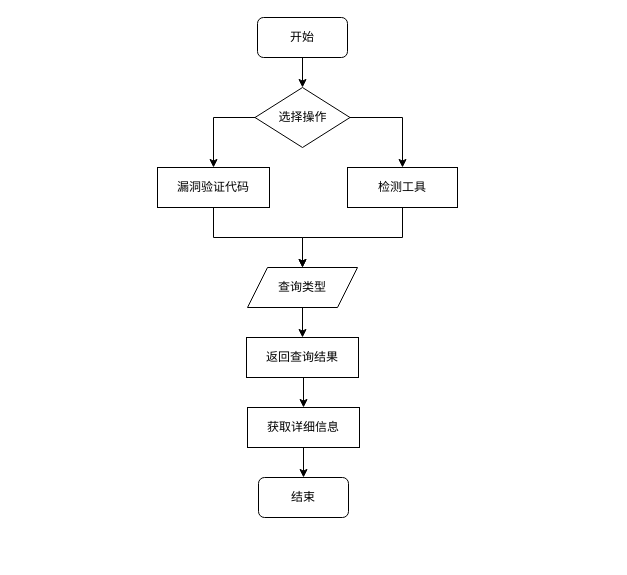
Above: 检测资源管理.drawio in Niujieheng/GitHub_Jul (draw.io), before the change. Source tidied: cells renumbered, new cells numbered last; positions are measured from the earlier drawing's top-left corner, leaving out a move shared by most shapes. Both pictures are drawn from the tidied source at 100%, with x=0, y=0 at pixel (157, 17).
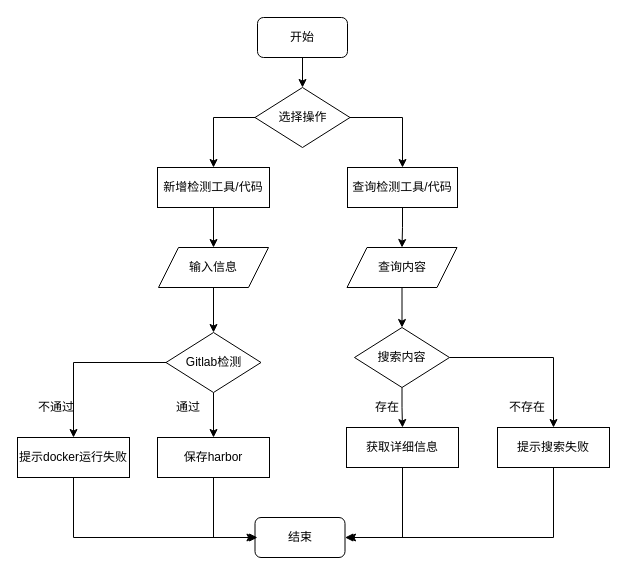
The same diagram, later.

Commit message:
更新检测资源管理.drawio

Change to the diagram source:
```diff
@@
-    <mxCell id="7" style="edgeStyle=orthogonalEdgeStyle;rounded=0;jettySize=auto;html=1;exitX=0.5;exitY=1;exitDx=0;exitDy=0;" parent="1" edge="1" source="8" target="12">
-      <mxGeometry relative="1" as="geometry" />
-    </mxCell>
+    <mxCell id="18" style="edgeStyle=orthogonalEdgeStyle;rounded=0;jettySize=auto;html=1;exitX=0.5;exitY=1;exitDx=0;exitDy=0;entryX=0.5;entryY=0;entryDx=0;entryDy=0;" parent="1" edge="1" source="8" target="21">
+      <mxGeometry relative="1" as="geometry" />
+    </mxCell>
-    <mxCell id="8" value="漏洞验证代码" style="rounded=0;whiteSpace=wrap;html=1;" parent="1" vertex="1">
+    <mxCell id="8" value="新增检测工具/代码" style="rounded=0;whiteSpace=wrap;html=1;" parent="1" vertex="1">
       <mxGeometry y="150" width="112" height="40" as="geometry" />
     </mxCell>
@@
-    <mxCell id="10" value="检测工具" style="rounded=0;whiteSpace=wrap;html=1;" parent="1" vertex="1">
+    <mxCell id="10" value="查询检测工具/代码" style="rounded=0;whiteSpace=wrap;html=1;" parent="1" vertex="1">
       <mxGeometry x="190" y="150" width="110" height="40" as="geometry" />
     </mxCell>
-    <mxCell id="11" style="edgeStyle=orthogonalEdgeStyle;rounded=0;jettySize=auto;html=1;exitX=0.5;exitY=1;exitDx=0;exitDy=0;entryX=0.5;entryY=0;entryDx=0;entryDy=0;" parent="1" edge="1" source="12" target="15">
-      <mxGeometry relative="1" as="geometry" />
-    </mxCell>
+    <mxCell id="19" style="edgeStyle=orthogonalEdgeStyle;rounded=0;jettySize=auto;html=1;exitX=0.5;exitY=1;exitDx=0;exitDy=0;entryX=0.5;entryY=0;entryDx=0;entryDy=0;" parent="1" edge="1" source="12" target="26">
+      <mxGeometry relative="1" as="geometry" />
+    </mxCell>
-    <mxCell id="12" value="查询类型" style="shape=parallelogram;perimeter=parallelogramPerimeter;whiteSpace=wrap;html=1;fixedSize=1;" parent="1" vertex="1">
-      <mxGeometry x="90" y="250" width="110" height="40" as="geometry" />
+    <mxCell id="12" value="查询内容" style="shape=parallelogram;perimeter=parallelogramPerimeter;whiteSpace=wrap;html=1;fixedSize=1;" parent="1" vertex="1">
+      <mxGeometry x="189.5" y="230" width="110" height="40" as="geometry" />
     </mxCell>
     <mxCell id="13" value="结束" style="rounded=1;whiteSpace=wrap;html=1;" parent="1" vertex="1">
-      <mxGeometry x="101" y="460" width="90" height="40" as="geometry" />
+      <mxGeometry x="97.5" y="500" width="90" height="40" as="geometry" />
     </mxCell>
-    <mxCell id="14" style="edgeStyle=orthogonalEdgeStyle;rounded=0;jettySize=auto;html=1;exitX=0.5;exitY=1;exitDx=0;exitDy=0;entryX=0.5;entryY=0;entryDx=0;entryDy=0;" parent="1" edge="1" source="15" target="17">
-      <mxGeometry relative="1" as="geometry" />
-    </mxCell>
-    <mxCell id="15" value="返回查询结果" style="rounded=0;whiteSpace=wrap;html=1;" parent="1" vertex="1">
-      <mxGeometry x="89" y="320" width="112" height="40" as="geometry" />
-    </mxCell>
-    <mxCell id="16" style="edgeStyle=orthogonalEdgeStyle;rounded=0;jettySize=auto;html=1;exitX=0.5;exitY=1;exitDx=0;exitDy=0;entryX=0.5;entryY=0;entryDx=0;entryDy=0;" parent="1" edge="1" source="17" target="13">
+    <mxCell id="16" style="edgeStyle=orthogonalEdgeStyle;rounded=0;jettySize=auto;html=1;exitX=0.5;exitY=1;exitDx=0;exitDy=0;entryX=1;entryY=0.5;entryDx=0;entryDy=0;" parent="1" edge="1" source="17" target="13">
       <mxGeometry relative="1" as="geometry" />
     </mxCell>
     <mxCell id="17" value="获取详细信息" style="rounded=0;whiteSpace=wrap;html=1;" parent="1" vertex="1">
-      <mxGeometry x="90" y="390" width="112" height="40" as="geometry" />
+      <mxGeometry x="189" y="410" width="112" height="40" as="geometry" />
     </mxCell>
+    <mxCell id="20" style="edgeStyle=orthogonalEdgeStyle;rounded=0;jettySize=auto;html=1;exitX=0.5;exitY=1;exitDx=0;exitDy=0;entryX=0.5;entryY=0;entryDx=0;entryDy=0;" parent="1" edge="1" source="21" target="33">
+      <mxGeometry relative="1" as="geometry" />
+    </mxCell>
+    <mxCell id="21" value="输入信息" style="shape=parallelogram;perimeter=parallelogramPerimeter;whiteSpace=wrap;html=1;fixedSize=1;" parent="1" vertex="1">
+      <mxGeometry x="1" y="230" width="110" height="40" as="geometry" />
+    </mxCell>
+    <mxCell id="22" style="edgeStyle=orthogonalEdgeStyle;rounded=0;jettySize=auto;html=1;exitX=0.5;exitY=1;exitDx=0;exitDy=0;entryX=0;entryY=0.5;entryDx=0;entryDy=0;" parent="1" edge="1" source="23" target="13">
+      <mxGeometry relative="1" as="geometry" />
+    </mxCell>
+    <mxCell id="23" value="保存harbor" style="rounded=0;whiteSpace=wrap;html=1;" parent="1" vertex="1">
+      <mxGeometry y="420" width="112" height="40" as="geometry" />
+    </mxCell>
+    <mxCell id="24" style="edgeStyle=orthogonalEdgeStyle;rounded=0;jettySize=auto;html=1;exitX=0.5;exitY=1;exitDx=0;exitDy=0;" parent="1" edge="1" source="26" target="17">
+      <mxGeometry relative="1" as="geometry" />
+    </mxCell>
+    <mxCell id="25" style="edgeStyle=orthogonalEdgeStyle;rounded=0;jettySize=auto;html=1;exitX=1;exitY=0.5;exitDx=0;exitDy=0;entryX=0.5;entryY=0;entryDx=0;entryDy=0;" parent="1" edge="1" source="26" target="29">
+      <mxGeometry relative="1" as="geometry" />
+    </mxCell>
+    <mxCell id="26" value="搜索内容" style="rhombus;whiteSpace=wrap;html=1;" parent="1" vertex="1">
+      <mxGeometry x="197" y="310" width="95" height="60" as="geometry" />
+    </mxCell>
+    <mxCell id="27" value="存在" style="text;html=1;strokeColor=none;fillColor=none;align=center;verticalAlign=middle;whiteSpace=wrap;rounded=0;" parent="1" vertex="1">
+      <mxGeometry x="200" y="375" width="60" height="30" as="geometry" />
+    </mxCell>
+    <mxCell id="28" style="edgeStyle=orthogonalEdgeStyle;rounded=0;jettySize=auto;html=1;exitX=0.5;exitY=1;exitDx=0;exitDy=0;" parent="1" edge="1" source="29">
+      <mxGeometry relative="1" as="geometry">
+        <mxPoint x="190" y="520" as="targetPoint" />
+        <Array as="points">
+          <mxPoint x="396" y="520" />
+        </Array>
+      </mxGeometry>
+    </mxCell>
+    <mxCell id="29" value="提示搜索失败" style="rounded=0;whiteSpace=wrap;html=1;" parent="1" vertex="1">
+      <mxGeometry x="340" y="410" width="112" height="40" as="geometry" />
+    </mxCell>
+    <mxCell id="30" value="不存在" style="text;html=1;strokeColor=none;fillColor=none;align=center;verticalAlign=middle;whiteSpace=wrap;rounded=0;" parent="1" vertex="1">
+      <mxGeometry x="340" y="375" width="60" height="30" as="geometry" />
+    </mxCell>
+    <mxCell id="31" style="edgeStyle=orthogonalEdgeStyle;rounded=0;jettySize=auto;html=1;exitX=0.5;exitY=1;exitDx=0;exitDy=0;" parent="1" edge="1" source="33" target="23">
+      <mxGeometry relative="1" as="geometry" />
+    </mxCell>
+    <mxCell id="32" style="edgeStyle=orthogonalEdgeStyle;rounded=0;jettySize=auto;html=1;exitX=0;exitY=0.5;exitDx=0;exitDy=0;entryX=0.5;entryY=0;entryDx=0;entryDy=0;" parent="1" edge="1" source="33" target="35">
+      <mxGeometry relative="1" as="geometry" />
+    </mxCell>
+    <mxCell id="33" value="Gitlab检测" style="rhombus;whiteSpace=wrap;html=1;" parent="1" vertex="1">
+      <mxGeometry x="8.5" y="315" width="95" height="60" as="geometry" />
+    </mxCell>
+    <mxCell id="34" style="edgeStyle=orthogonalEdgeStyle;rounded=0;jettySize=auto;html=1;exitX=0.5;exitY=1;exitDx=0;exitDy=0;" parent="1" edge="1" source="35">
+      <mxGeometry relative="1" as="geometry">
+        <mxPoint x="100" y="520" as="targetPoint" />
+        <Array as="points">
+          <mxPoint x="-84" y="520" />
+        </Array>
+      </mxGeometry>
+    </mxCell>
+    <mxCell id="35" value="提示docker运行失败" style="rounded=0;whiteSpace=wrap;html=1;" parent="1" vertex="1">
+      <mxGeometry x="-140" y="420" width="112" height="40" as="geometry" />
+    </mxCell>
+    <mxCell id="36" value="通过" style="text;html=1;strokeColor=none;fillColor=none;align=center;verticalAlign=middle;whiteSpace=wrap;rounded=0;" parent="1" vertex="1">
+      <mxGeometry x="1" y="375" width="60" height="30" as="geometry" />
+    </mxCell>
+    <mxCell id="37" value="不通过" style="text;html=1;strokeColor=none;fillColor=none;align=center;verticalAlign=middle;whiteSpace=wrap;rounded=0;" parent="1" vertex="1">
+      <mxGeometry x="-131" y="375" width="60" height="30" as="geometry" />
+    </mxCell>
```
